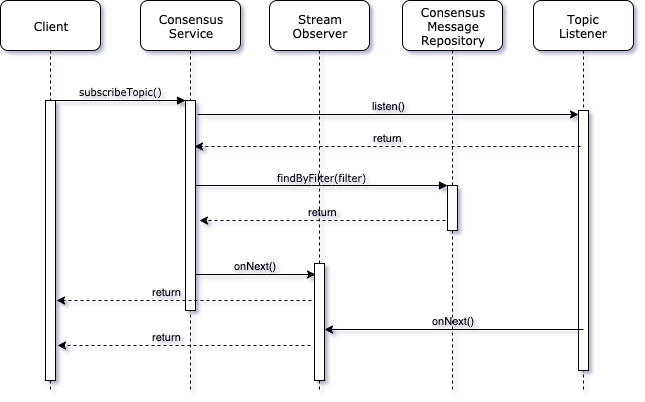
Before: docs/design/hcs-consensus-service.png, a diagram exported from draw.io (hashgraph/hedera-mirror-node). Source tidied: cells renumbered, new cells last; positions are measured from the earlier drawing's top-left corner, leaving out a move shared by most shapes.
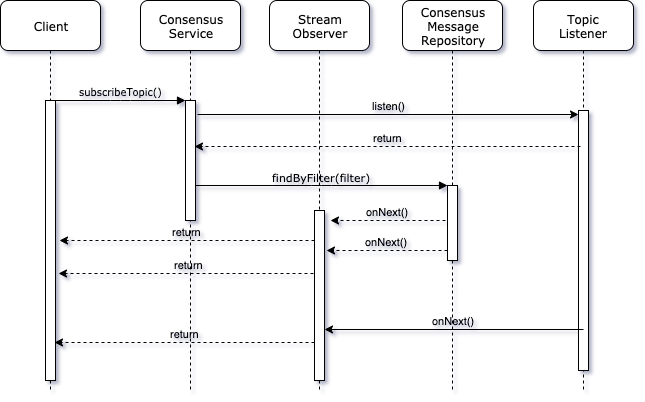
The same diagram one commit later.

The edit, as a diff of the source:
```diff
@@ -6,13 +6,13 @@
       <mxGeometry x="140" width="100" height="390" as="geometry" />
     </mxCell>
     <mxCell id="3" style="html=1;points=[];perimeter=orthogonalPerimeter;rounded=0;shadow=0;comic=0;labelBackgroundColor=none;strokeWidth=1;fontFamily=Verdana;fontSize=12;align=center;" parent="2" vertex="1">
-      <mxGeometry x="45" y="100" width="10" height="210" as="geometry" />
+      <mxGeometry x="45" y="100" width="10" height="120" as="geometry" />
     </mxCell>
     <mxCell id="4" value="Consensus&lt;br&gt;Message&lt;br&gt;Repository" style="shape=umlLifeline;perimeter=lifelinePerimeter;whiteSpace=wrap;html=1;rounded=1;shadow=0;comic=0;labelBackgroundColor=none;strokeWidth=1;fontFamily=Verdana;fontSize=12;align=center;size=50;" parent="1" vertex="1">
       <mxGeometry x="402" width="100" height="390" as="geometry" />
     </mxCell>
     <mxCell id="5" style="html=1;points=[];perimeter=orthogonalPerimeter;rounded=0;shadow=0;comic=0;labelBackgroundColor=none;strokeWidth=1;fontFamily=Verdana;fontSize=12;align=center;" parent="4" vertex="1">
-      <mxGeometry x="45" y="185" width="10" height="45" as="geometry" />
+      <mxGeometry x="45" y="185" width="10" height="75" as="geometry" />
     </mxCell>
     <mxCell id="6" value="Topic&lt;br&gt;Listener" style="shape=umlLifeline;perimeter=lifelinePerimeter;whiteSpace=wrap;html=1;rounded=1;shadow=0;comic=0;labelBackgroundColor=none;strokeWidth=1;fontFamily=Verdana;fontSize=12;align=center;size=50;" parent="1" vertex="1">
       <mxGeometry x="533" width="100" height="390" as="geometry" />
@@ -29,27 +29,33 @@
     <mxCell id="10" style="html=1;points=[];perimeter=orthogonalPerimeter;rounded=0;shadow=0;comic=0;labelBackgroundColor=none;strokeWidth=1;fontFamily=Verdana;fontSize=12;align=center;" parent="9" vertex="1">
       <mxGeometry x="45" y="100" width="10" height="280" as="geometry" />
     </mxCell>
-    <mxCell id="11" value="return" style="edgeStyle=orthogonalEdgeStyle;rounded=0;orthogonalLoop=1;jettySize=auto;html=1;labelBackgroundColor=none;labelPosition=left;verticalLabelPosition=top;align=right;verticalAlign=bottom;dashed=1;" parent="1" edge="1">
+    <mxCell id="11" value="return" style="edgeStyle=orthogonalEdgeStyle;rounded=0;orthogonalLoop=1;jettySize=auto;html=1;labelBackgroundColor=none;labelPosition=center;verticalLabelPosition=top;align=center;verticalAlign=bottom;dashed=1;" parent="1" edge="1">
       <mxGeometry relative="1" as="geometry">
-        <mxPoint x="311" y="300" as="sourcePoint" />
-        <mxPoint x="56" y="300" as="targetPoint" />
+        <mxPoint x="314" y="240" as="sourcePoint" />
+        <mxPoint x="59" y="240" as="targetPoint" />
       </mxGeometry>
     </mxCell>
+    <mxCell id="21" value="return" style="edgeStyle=orthogonalEdgeStyle;rounded=0;jettySize=auto;html=1;entryX=1.3;entryY=0.618;entryDx=0;entryDy=0;entryPerimeter=0;dashed=1;labelBackgroundColor=none;fontSize=11;exitX=0.5;exitY=0.371;exitDx=0;exitDy=0;exitPerimeter=0;labelPosition=center;verticalLabelPosition=top;align=center;verticalAlign=bottom;" parent="1" edge="1" source="12" target="10">
+      <mxGeometry relative="1" as="geometry" />
+    </mxCell>
+    <mxCell id="22" value="return" style="edgeStyle=orthogonalEdgeStyle;rounded=0;jettySize=auto;html=1;entryX=0.9;entryY=0.864;entryDx=0;entryDy=0;entryPerimeter=0;dashed=1;labelBackgroundColor=none;fontSize=11;exitX=0;exitY=0.776;exitDx=0;exitDy=0;exitPerimeter=0;labelPosition=center;verticalLabelPosition=top;align=center;verticalAlign=bottom;" parent="1" edge="1" source="12" target="10">
+      <mxGeometry relative="1" as="geometry" />
+    </mxCell>
     <mxCell id="12" style="html=1;points=[];perimeter=orthogonalPerimeter;rounded=0;shadow=0;comic=0;labelBackgroundColor=none;strokeColor=#000000;strokeWidth=1;fillColor=#FFFFFF;fontFamily=Verdana;fontSize=12;fontColor=#000000;align=center;" parent="1" vertex="1">
-      <mxGeometry x="314" y="263" width="10" height="117" as="geometry" />
+      <mxGeometry x="314" y="210" width="10" height="170" as="geometry" />
     </mxCell>
     <mxCell id="13" value="&lt;font style=&quot;font-size: 10px&quot;&gt;subscribeTopic()&lt;/font&gt;" style="html=1;verticalAlign=bottom;endArrow=block;entryX=0;entryY=0;labelBackgroundColor=none;fontFamily=Verdana;fontSize=12;edgeStyle=elbowEdgeStyle;elbow=vertical;" parent="1" edge="1" source="10" target="3">
       <mxGeometry relative="1" as="geometry" />
     </mxCell>
-    <mxCell id="14" value="findByFilter(filter)" style="html=1;verticalAlign=bottom;endArrow=block;entryX=0;entryY=0;labelBackgroundColor=none;fontFamily=Verdana;fontSize=10;edgeStyle=elbowEdgeStyle;elbow=vertical;labelPosition=center;verticalLabelPosition=top;align=center;" parent="1" edge="1" target="5">
+    <mxCell id="14" value="findByFilter(filter)" style="html=1;verticalAlign=bottom;endArrow=block;entryX=0;entryY=0;labelBackgroundColor=none;fontFamily=Verdana;fontSize=11;edgeStyle=elbowEdgeStyle;elbow=vertical;labelPosition=center;verticalLabelPosition=top;align=center;" parent="1" edge="1" target="5">
       <mxGeometry relative="1" as="geometry">
         <mxPoint x="195" y="185" as="sourcePoint" />
       </mxGeometry>
     </mxCell>
-    <mxCell id="15" value="return" style="edgeStyle=orthogonalEdgeStyle;rounded=0;orthogonalLoop=1;jettySize=auto;html=1;entryX=1.4;entryY=0.461;entryDx=0;entryDy=0;entryPerimeter=0;dashed=1;exitX=-0.2;exitY=0.956;exitDx=0;exitDy=0;exitPerimeter=0;labelPosition=center;verticalLabelPosition=top;align=center;verticalAlign=bottom;labelBackgroundColor=none;" parent="1" edge="1">
+    <mxCell id="15" value="onNext()" style="edgeStyle=orthogonalEdgeStyle;rounded=0;orthogonalLoop=1;jettySize=auto;html=1;dashed=1;exitX=-0.2;exitY=0.956;exitDx=0;exitDy=0;exitPerimeter=0;labelPosition=center;verticalLabelPosition=top;align=center;verticalAlign=bottom;labelBackgroundColor=none;fontSize=11;" parent="1" edge="1">
       <mxGeometry relative="1" as="geometry">
         <mxPoint x="445" y="220" as="sourcePoint" />
-        <mxPoint x="199" y="220" as="targetPoint" />
+        <mxPoint x="330" y="220" as="targetPoint" />
       </mxGeometry>
     </mxCell>
     <mxCell id="16" value="listen()" style="edgeStyle=orthogonalEdgeStyle;rounded=0;jettySize=auto;html=1;entryX=0;entryY=0.015;entryDx=0;entryDy=0;entryPerimeter=0;labelPosition=center;verticalLabelPosition=top;align=center;verticalAlign=bottom;labelBackgroundColor=none;" parent="1" edge="1" target="7">
@@ -63,20 +69,16 @@
         <mxPoint x="194" y="146" as="targetPoint" />
       </mxGeometry>
     </mxCell>
+    <mxCell id="19" value="onNext()" style="edgeStyle=orthogonalEdgeStyle;rounded=0;orthogonalLoop=1;jettySize=auto;html=1;labelBackgroundColor=none;exitX=0.5;exitY=0.863;exitDx=0;exitDy=0;exitPerimeter=0;labelPosition=center;verticalLabelPosition=top;align=center;verticalAlign=bottom;" parent="1" edge="1">
+      <mxGeometry relative="1" as="geometry">
+        <mxPoint x="583" y="329" as="sourcePoint" />
+        <mxPoint x="324" y="329" as="targetPoint" />
+      </mxGeometry>
+    </mxCell>
-    <mxCell id="18" value="onNext()" style="edgeStyle=orthogonalEdgeStyle;rounded=0;jettySize=auto;html=1;entryX=0.1;entryY=0.094;entryDx=0;entryDy=0;entryPerimeter=0;labelBackgroundColor=none;labelPosition=center;verticalLabelPosition=top;align=center;verticalAlign=bottom;exitX=1;exitY=0.829;exitDx=0;exitDy=0;exitPerimeter=0;" parent="1" edge="1" source="3" target="12">
-      <mxGeometry relative="1" as="geometry" />
+    <mxCell id="18" value="onNext()" style="edgeStyle=orthogonalEdgeStyle;rounded=0;jettySize=auto;html=1;dashed=1;labelBackgroundColor=none;fontSize=11;exitX=0;exitY=0.867;exitDx=0;exitDy=0;exitPerimeter=0;labelPosition=center;verticalLabelPosition=top;align=center;verticalAlign=bottom;" parent="1" edge="1" source="5">
+      <mxGeometry relative="1" as="geometry">
+        <mxPoint x="326" y="250" as="targetPoint" />
+      </mxGeometry>
     </mxCell>
-    <mxCell id="19" value="onNext()" style="edgeStyle=orthogonalEdgeStyle;rounded=0;orthogonalLoop=1;jettySize=auto;html=1;labelBackgroundColor=none;exitX=0.5;exitY=0.863;exitDx=0;exitDy=0;exitPerimeter=0;labelPosition=center;verticalLabelPosition=top;align=center;verticalAlign=bottom;" parent="1" edge="1">
-      <mxGeometry relative="1" as="geometry">
-        <mxPoint x="583" y="329" as="sourcePoint" />
-        <mxPoint x="324" y="329" as="targetPoint" />
-      </mxGeometry>
-    </mxCell>
-    <mxCell id="20" value="return" style="edgeStyle=orthogonalEdgeStyle;rounded=0;orthogonalLoop=1;jettySize=auto;html=1;entryX=1.2;entryY=0.839;entryDx=0;entryDy=0;entryPerimeter=0;dashed=1;labelBackgroundColor=none;labelPosition=left;verticalLabelPosition=top;align=right;verticalAlign=bottom;" parent="1" edge="1">
-      <mxGeometry relative="1" as="geometry">
-        <mxPoint x="310" y="345" as="sourcePoint" />
-        <mxPoint x="57" y="345" as="targetPoint" />
-      </mxGeometry>
-    </mxCell>
   </root>
 </mxGraphModel>
```
